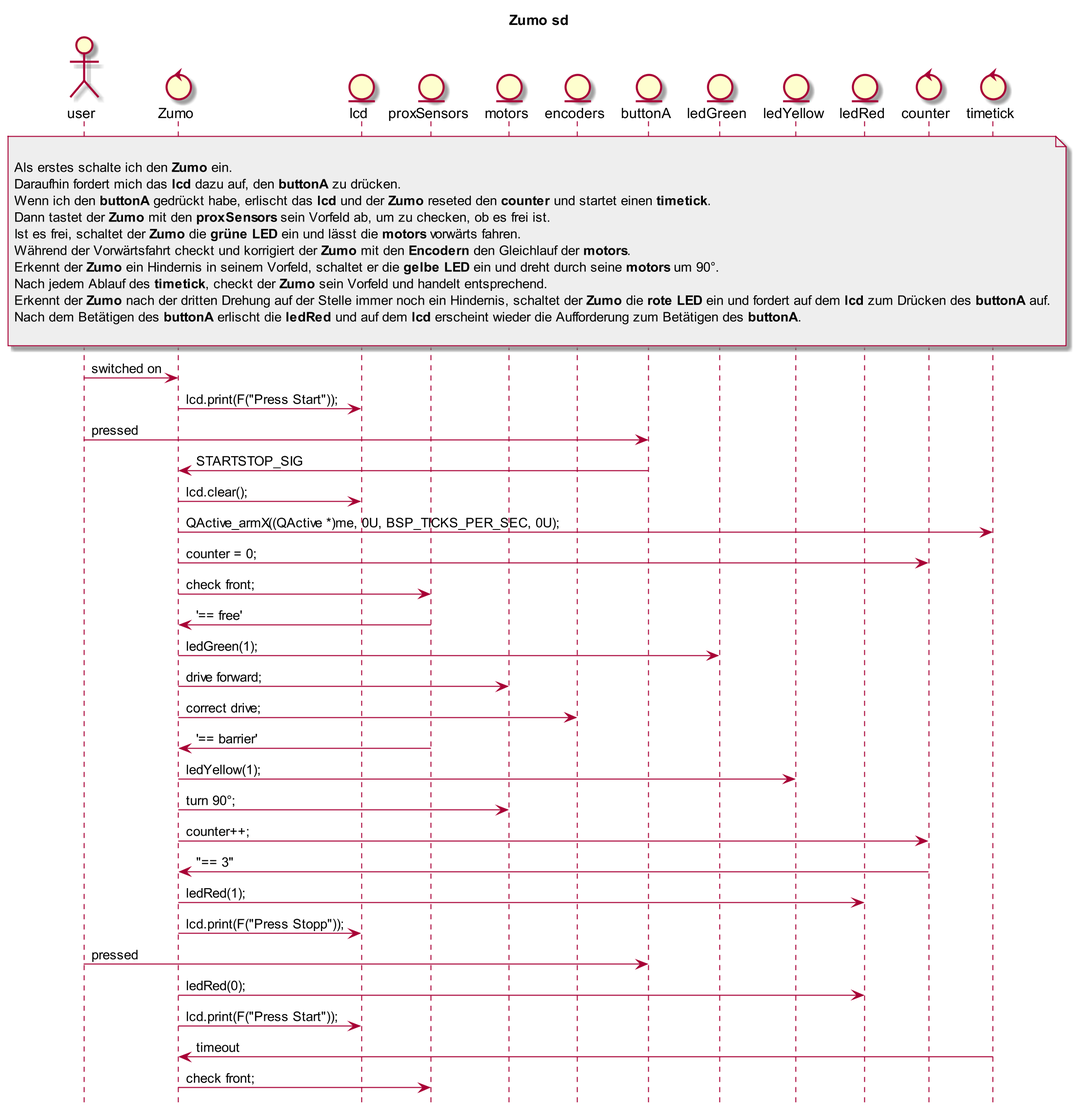
This is Zumo_SD.png from orje/Zumo_QM_QPnano, a PlantUML export, as it was before one commit.
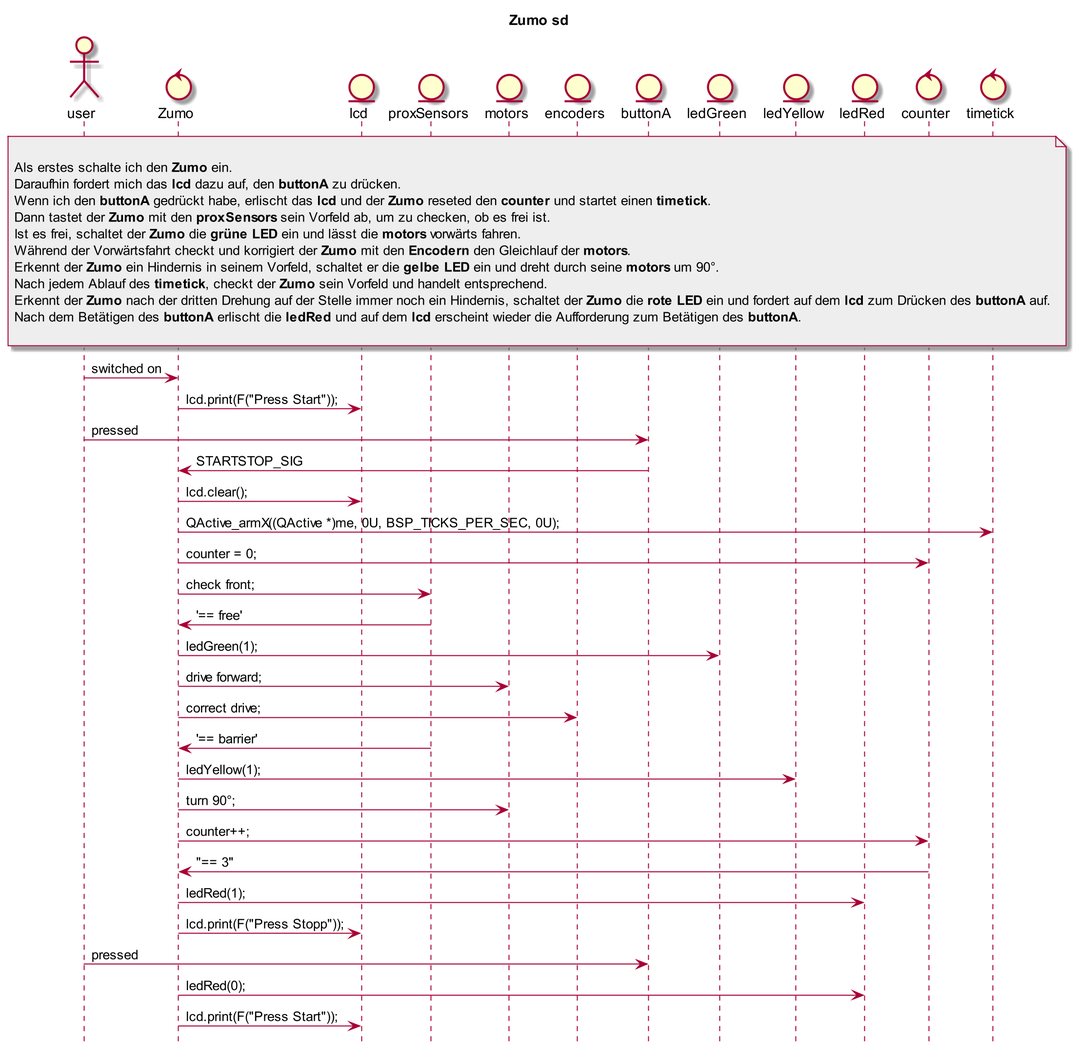
Later version of the same file.

Change to the diagram source:
```diff
@@ -1,8 +1,8 @@
 @startuml
 skinparam dpi 200
 
+
 hide footbox
-
 
 title Zumo sd
 
@@ -63,7 +63,4 @@
 user -> buttonA : pressed
 Zumo -> ledRed : ledRed(0);
 Zumo -> lcd : lcd.print(F("Press Start"));
-
-timetick -> Zumo : timeout
-Zumo -> proxSensors : check front;
 @enduml
```
